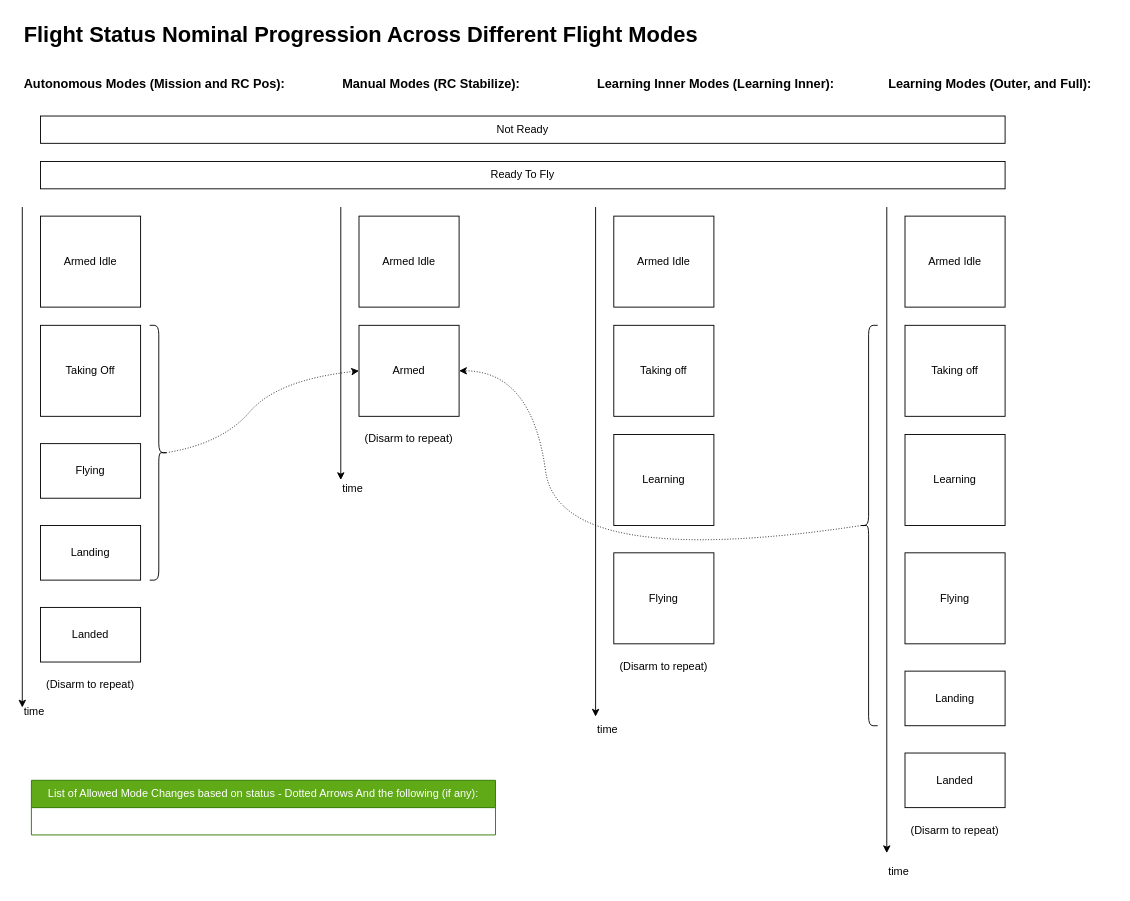
This is Guide/HEAR Software/Flight Modes/flight_states.drawio from DroneLeaf/HEAR_wiki, a draw.io file, before an edit. Source tidied: cells renumbered, new cells numbered last; positions are measured from the earlier drawing's top-left corner, leaving out a move shared by most shapes. Both pictures are drawn from the tidied source at 91%, with x=0, y=0 at pixel (22, 15).
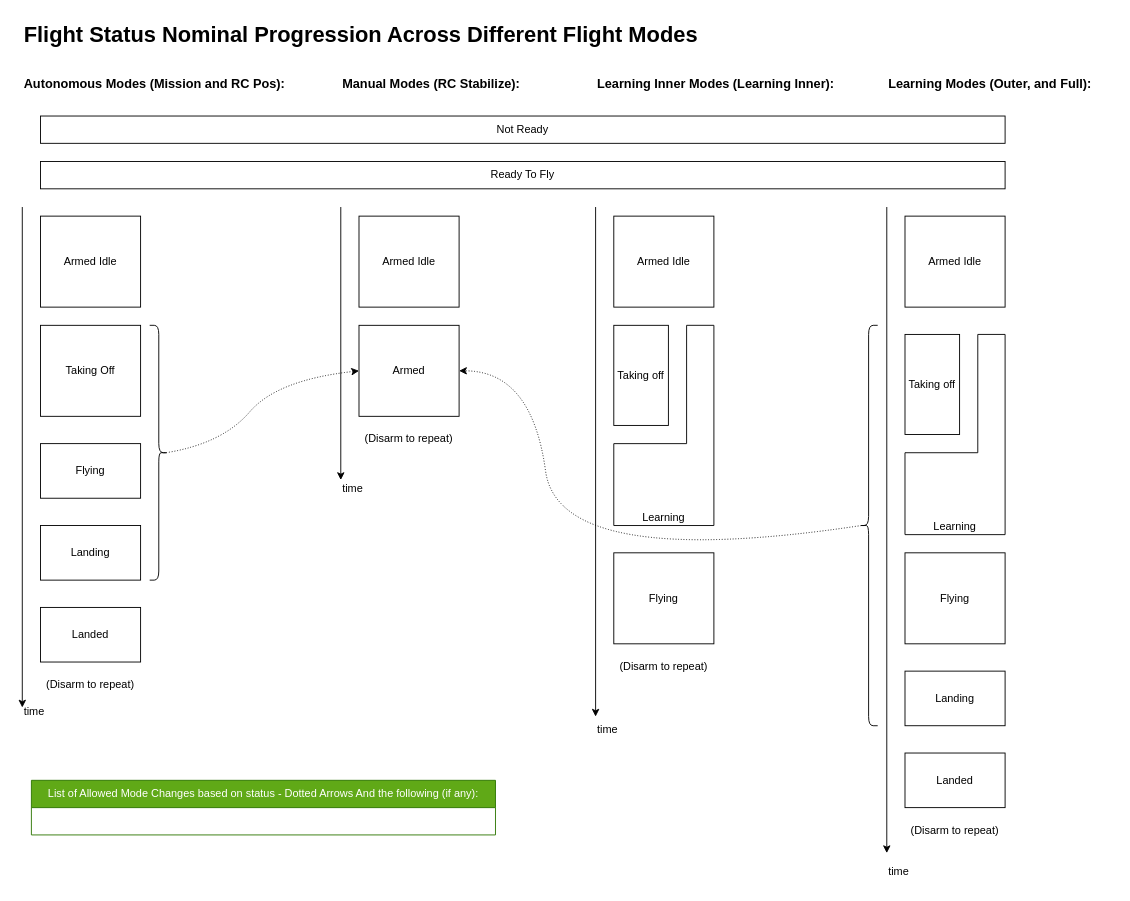
After the change.

Commit message (it also covers changes not shown here):
learning states update

Change to the diagram source:
```diff
@@
-    <mxCell id="18" value="Learning" style="rounded=0;whiteSpace=wrap;html=1;fillColor=none;" parent="1" vertex="1">
-      <mxGeometry x="650" y="460" width="110" height="100" as="geometry" />
-    </mxCell>
@@
-    <mxCell id="25" value="Learning" style="rounded=0;whiteSpace=wrap;html=1;fillColor=none;" parent="1" vertex="1">
-      <mxGeometry x="970" y="460" width="110" height="100" as="geometry" />
-    </mxCell>
@@
     <mxCell id="35" value="Taking off" style="rounded=0;whiteSpace=wrap;html=1;fillColor=none;" parent="1" vertex="1">
-      <mxGeometry x="650" y="340" width="110" height="100" as="geometry" />
+      <mxGeometry x="650" y="340" width="60" height="110" as="geometry" />
     </mxCell>
-    <mxCell id="36" value="Taking off" style="rounded=0;whiteSpace=wrap;html=1;fillColor=none;" parent="1" vertex="1">
-      <mxGeometry x="970" y="340" width="110" height="100" as="geometry" />
-    </mxCell>
@@
+    <mxCell id="43" value="Learning" style="shape=corner;whiteSpace=wrap;html=1;direction=west;dx=30;dy=90;verticalAlign=bottom;" parent="1" vertex="1">
+      <mxGeometry x="650" y="340" width="110" height="220" as="geometry" />
+    </mxCell>
+    <mxCell id="44" value="Learning" style="shape=corner;whiteSpace=wrap;html=1;direction=west;dx=30;dy=90;verticalAlign=bottom;" parent="1" vertex="1">
+      <mxGeometry x="970" y="350" width="110" height="220" as="geometry" />
+    </mxCell>
+    <mxCell id="36" value="Taking off" style="rounded=0;whiteSpace=wrap;html=1;fillColor=none;" parent="1" vertex="1">
+      <mxGeometry x="970" y="350" width="60" height="110" as="geometry" />
+    </mxCell>
```
